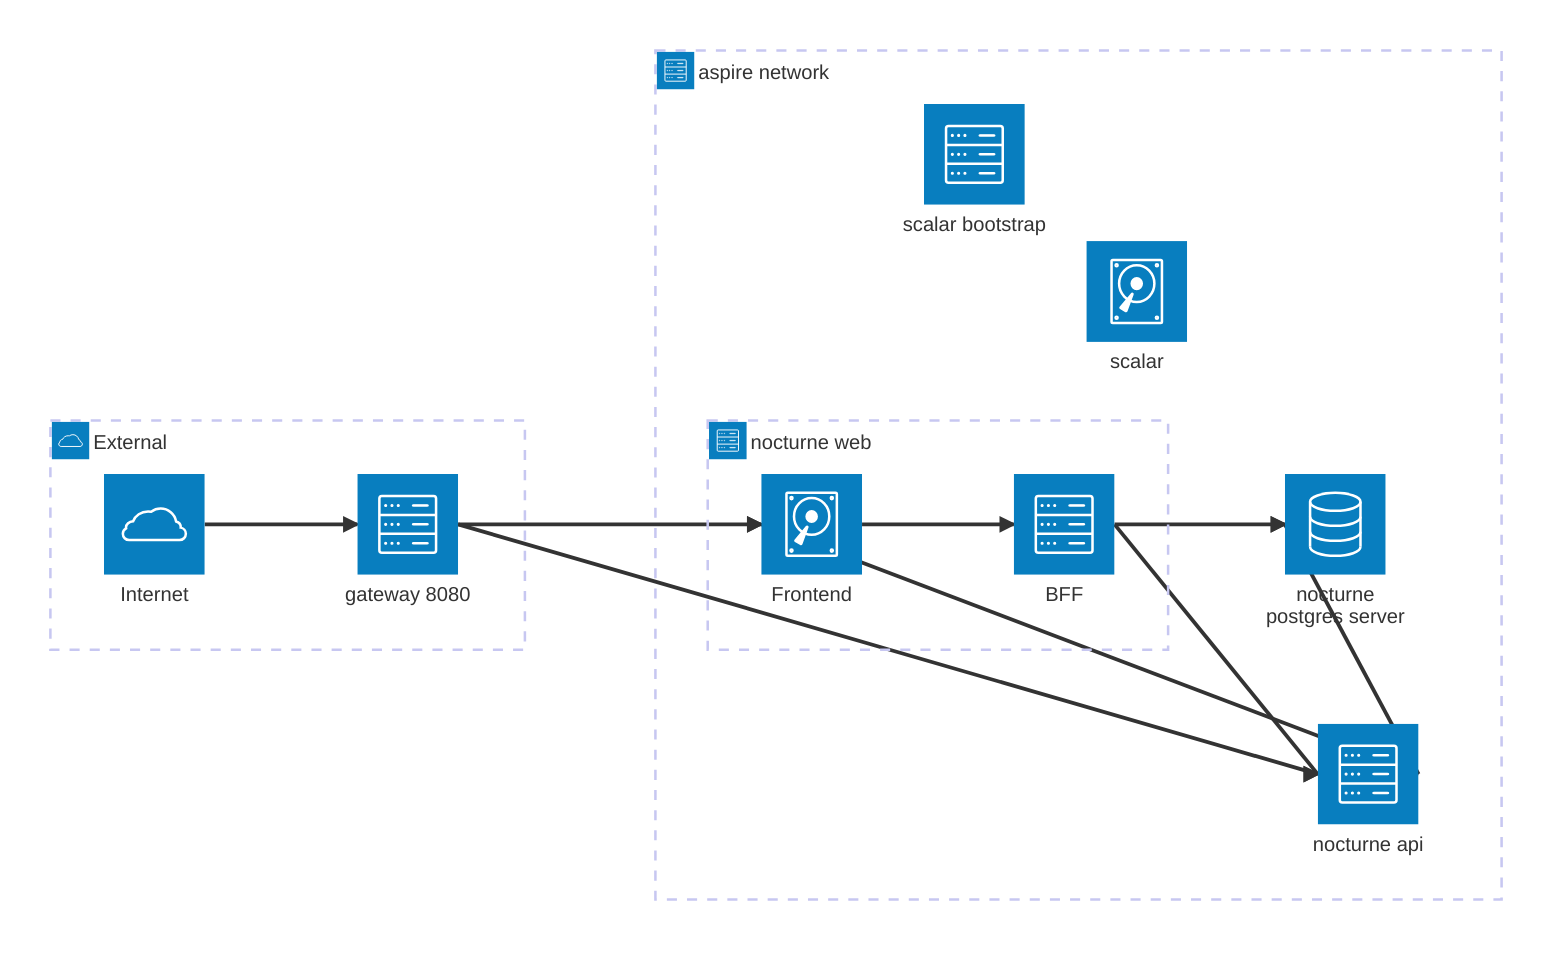
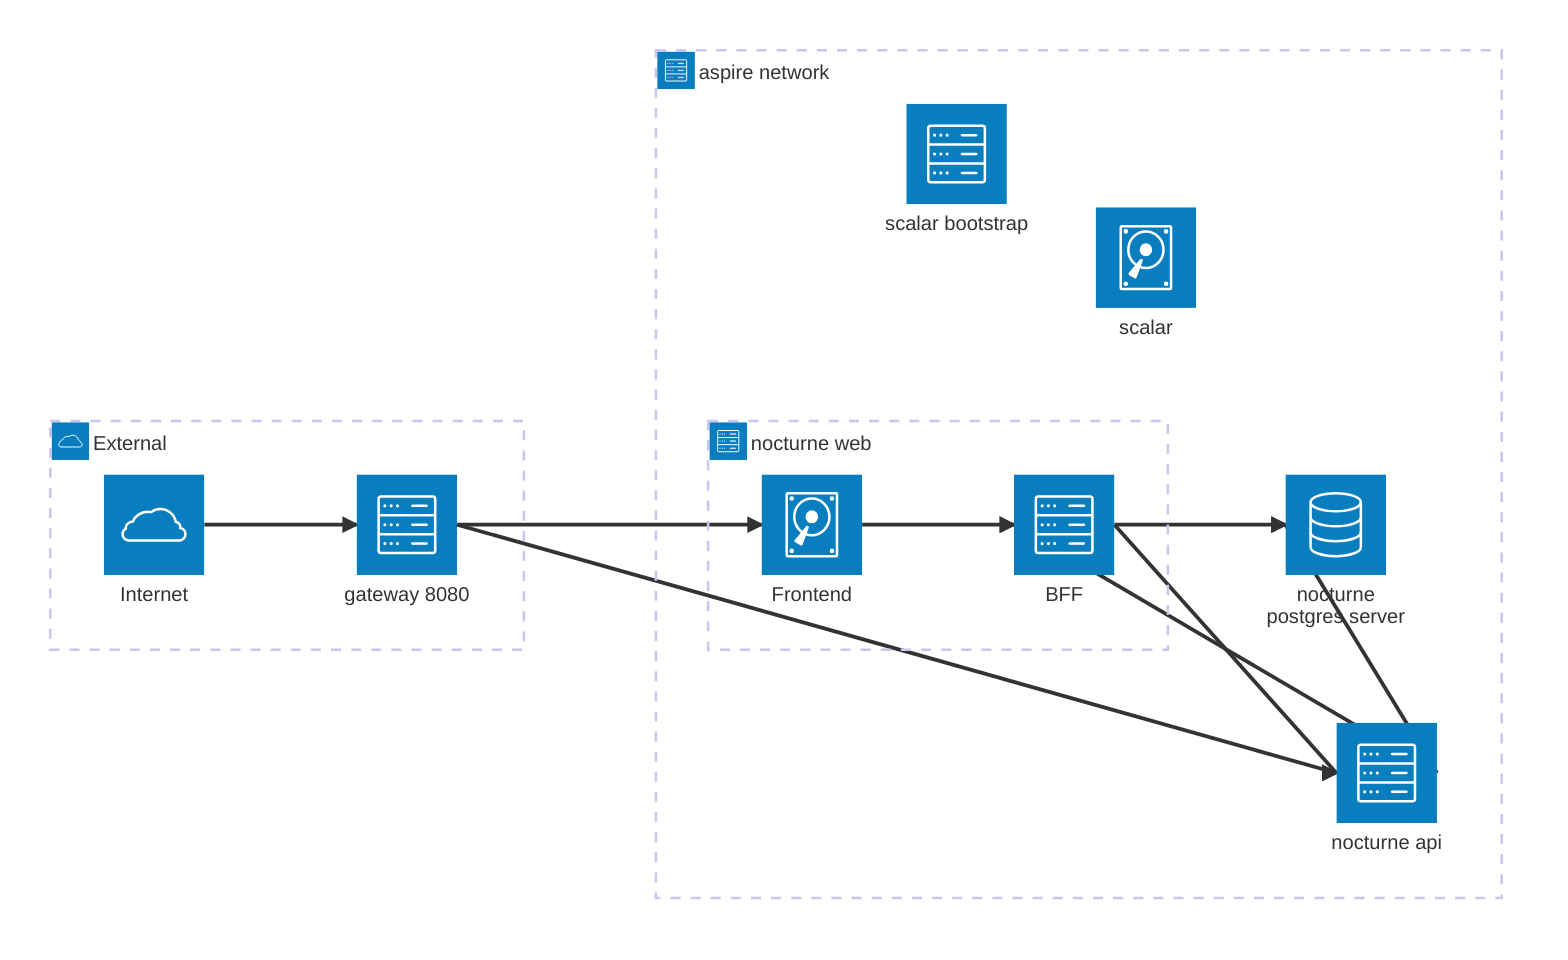
architecture-beta
    group external(cloud)[External]
    group internal(server)[aspire network]

    service internet(cloud)[Internet] in external
    service nocturne_postgres_server(database)[nocturne postgres server] in internal
    service nocturne_api(server)[nocturne api] in internal
    group nocturne_web_group(server)[nocturne web] in internal
    service nocturne_web_bff(server)[BFF] in nocturne_web_group
    service nocturne_web_frontend(disk)[Frontend] in nocturne_web_group
    service scalar(disk)[scalar] in internal
    service scalar_bootstrap(server)[scalar bootstrap] in internal
    service gateway(server)[gateway 8080] in external

    internet:R --> L:gateway
    nocturne_api:R --> L:nocturne_postgres_server
-     nocturne_api:R --> L:nocturne_web_frontend
+     nocturne_api:R --> L:nocturne_web_bff
    nocturne_web_bff:R --> L:nocturne_api
    nocturne_web_bff:R --> L:nocturne_postgres_server
    gateway:R --> L:nocturne_api
    gateway:R --> L:nocturne_web_frontend
    nocturne_web_frontend:R --> L:nocturne_web_bff